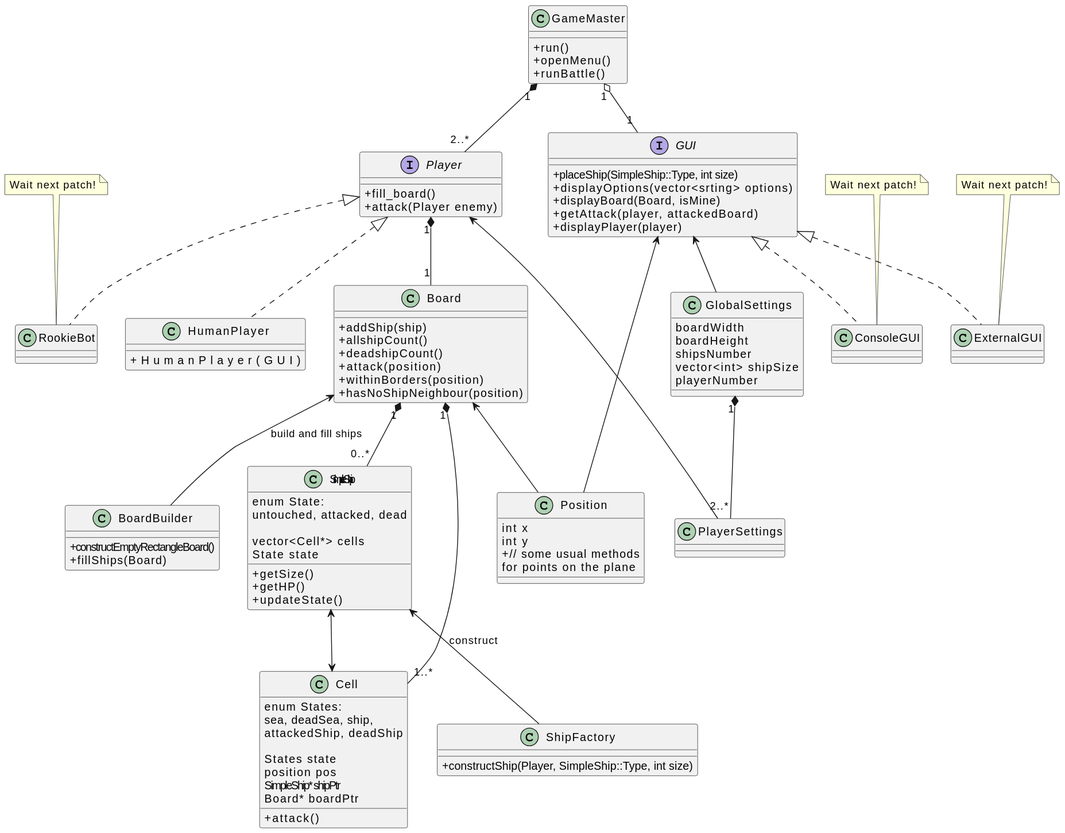
The PlantUML diagram ClassDiagram.svg in Fas0u1er/ATP_incident, before a commit.
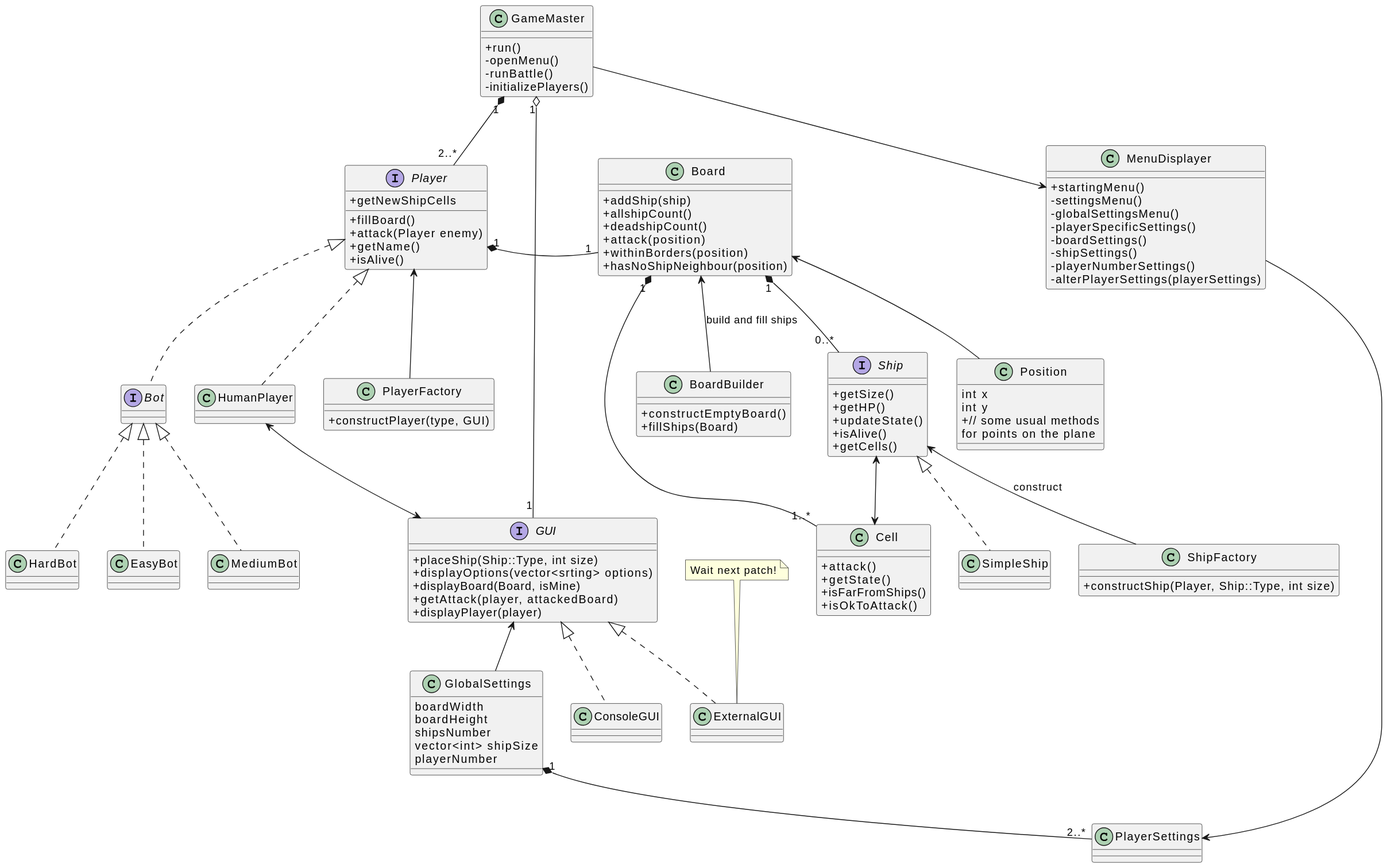
The same file after the commit.

Commit message:
ClassDiagram and Readme updated for checkpoint2

Diff of the diagram source:
```diff
@@ -1,39 +1,30 @@
 @startuml
 skinparam classAttributeIconSize 0
-
-
-
 class GameMaster {
 +run()
-+openMenu()
-+runBattle()
+-openMenu()
+-runBattle()
+-initializePlayers()
+}
+
+class MenuDisplayer {
++startingMenu()
+-settingsMenu()
+-globalSettingsMenu()
+-playerSpecificSettings()
+-boardSettings()
+-shipSettings()
+-playerNumberSettings()
+-alterPlayerSettings(playerSettings)
 }
 
 interface Player {
-+fill_board()
++fillBoard()
++getNewShipCells
 +attack(Player enemy)
++getName()
++isAlive()
 }
-
-interface GUI {
-+placeShip(SimpleShip::Type, int size)
-+displayOptions(vector<srting> options)
-+displayBoard(Board, isMine)
-+getAttack(player, attackedBoard)
-+displayPlayer(player)
-}
-
-together {
-class ConsoleGUI {}
-class ExternalGUI {}
-}
-
-together {
-class HumanPlayer {
-+HumanPlayer(GUI)
-}
-class RookieBot {}
-}
-
 class Board {
 +addShip(ship)
 +allshipCount()
@@ -43,33 +34,48 @@
 +hasNoShipNeighbour(position)
 }
 
+interface GUI {
++placeShip(Ship::Type, int size)
++displayOptions(vector<srting> options)
++displayBoard(Board, isMine)
++getAttack(player, attackedBoard)
++displayPlayer(player)
+}
 together {
-class Cell {
-enum States:
- sea, deadSea, ship,
- attackedShip, deadShip
-
-States state
-position pos
-SimpleShip* shipPtr
-Board* boardPtr
-
-+attack()
+class ConsoleGUI {}
+class ExternalGUI {}
+}
+together {
+class HumanPlayer {}
+interface Bot {}
+}
+together {
+class EasyBot{}
+class MediumBot {}
+class HardBot {}
 }
 
-class SimpleShip {
-enum State:
-untouched, attacked, dead
+class PlayerFactory{
++constructPlayer(type, GUI)
+}
 
-vector<Cell*> cells
-State state
+
+together {
+class Cell{
++attack()
++getState()
++isFarFromShips()
++isOkToAttack()
+}
+interface Ship {
 +getSize()
 +getHP()
 +updateState()
++isAlive()
++getCells()
 }
 }
-
-
+class SimpleShip {}
 
 class Position {
 int x
@@ -77,7 +83,6 @@
 +// some usual methods
  for points on the plane
 }
-
 class GlobalSettings {
 boardWidth
 boardHeight
@@ -85,44 +90,39 @@
 vector<int> shipSize
 playerNumber
 }
-
 class BoardBuilder{
-+constructEmptyRectangleBoard()
++constructEmptyBoard()
 +fillShips(Board)
 }
-
 class ShipFactory {
-+constructShip(Player, SimpleShip::Type, int size)
++constructShip(Player, Ship::Type, int size)
 }
-
 class PlayerSettings {}
-
-note top of RookieBot : Wait next patch!
-note top of ConsoleGUI : Wait next patch!
 note top of ExternalGUI : Wait next patch!
-
 GameMaster "1" o-- "1" GUI
 GameMaster "1" *-- "2..*" Player
-
 GUI <|.. ExternalGUI
 GUI <|.. ConsoleGUI
-
 Player <|.. HumanPlayer
-Player <|.. RookieBot
+Player <|.. Bot
+Bot <|.. EasyBot
+Bot <|.. MediumBot
+Bot <|.. HardBot
+Ship <|.. SimpleShip
 Player "1" *-- "1" Board
-
 Board "1" *-- "1..*" Cell
-Board "1" *-- "0..*" SimpleShip
-
+Board "1" *-- "0..*" Ship
 GlobalSettings "1" *-- "2..*" PlayerSettings
-
-GUI <-- Position
 Board <-- Position
 Board <-- BoardBuilder : build and fill ships
+GUI <-- GlobalSettings
 
-GUI <-- GlobalSettings
-Player <-- PlayerSettings
+Player <-- PlayerFactory
+Ship <--> Cell
+Ship <-- ShipFactory : construct
+HumanPlayer <--> GUI
+GameMaster --> MenuDisplayer
+MenuDisplayer --> PlayerSettings
 
-SimpleShip <--> Cell
-SimpleShip <-- ShipFactory : construct
+Player -[hidden]> Board
 @enduml
```
